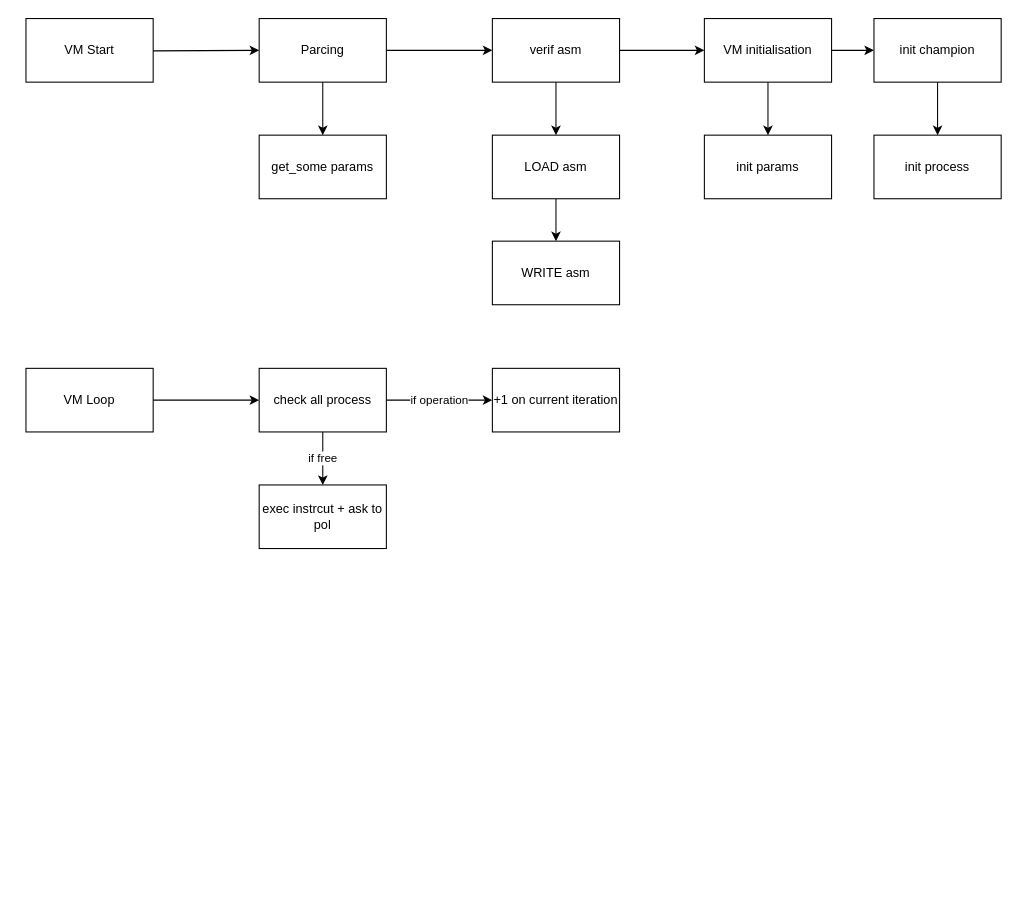
PierreMauger/Corewar keeps this draw.io diagram as archi/archi_vm.drawio. Above is the earlier version. Source tidied: cells renumbered, new cells numbered last; positions are measured from the earlier drawing's top-left corner, leaving out a move shared by most shapes. Both pictures are drawn from the tidied source at 106%, with x=0, y=0 at pixel (25, 18).
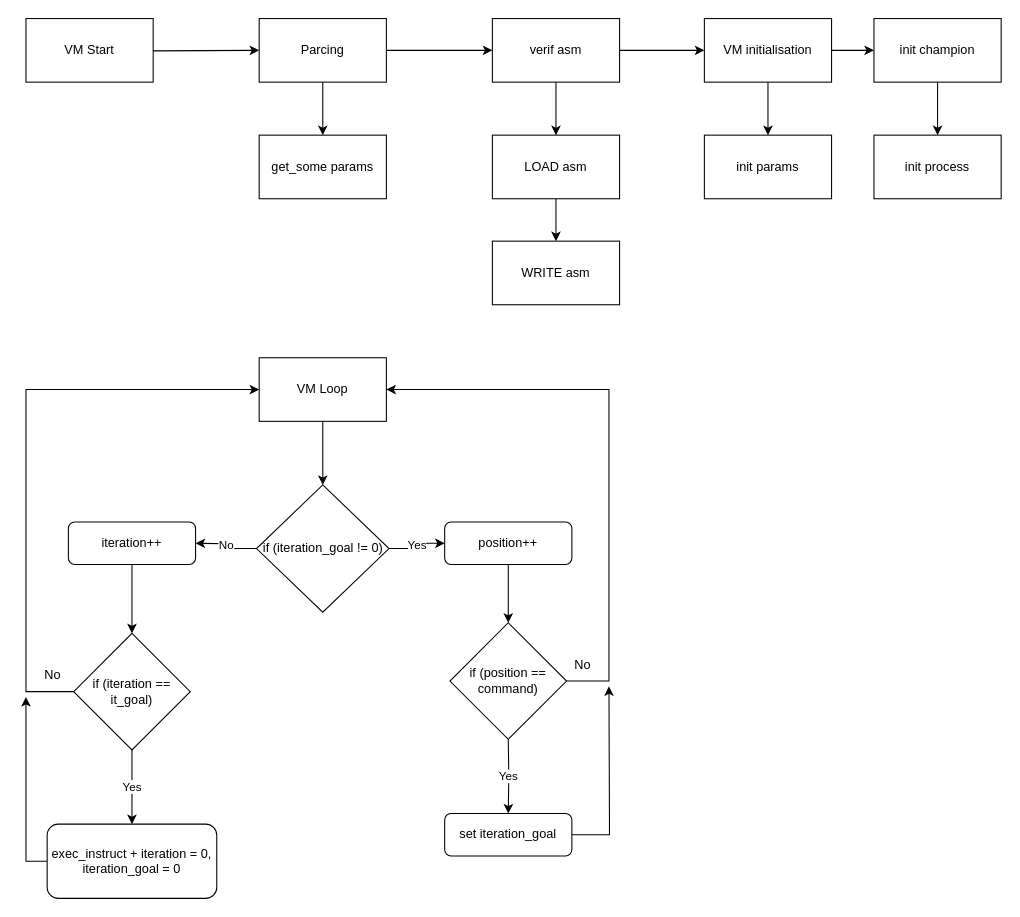
After the change.

Commit message (it also covers changes not shown here):
ADDED: update archi and check it

Change to the diagram source:
```diff
@@
-    <mxCell id="21" style="edgeStyle=orthogonalEdgeStyle;rounded=0;jettySize=auto;html=1;" parent="1" edge="1" source="22" target="25">
-      <mxGeometry relative="1" as="geometry" />
-    </mxCell>
+    <mxCell id="28" style="edgeStyle=orthogonalEdgeStyle;rounded=0;jettySize=auto;html=1;" parent="1" edge="1" source="22" target="31">
+      <mxGeometry relative="1" as="geometry" />
+    </mxCell>
     <mxCell id="22" value="&lt;div&gt;VM Loop&lt;/div&gt;" style="rounded=0;whiteSpace=wrap;html=1;" parent="1" vertex="1">
-      <mxGeometry y="330" width="120" height="60" as="geometry" />
+      <mxGeometry x="220" y="320" width="120" height="60" as="geometry" />
     </mxCell>
-    <mxCell id="23" value="if operation" style="edgeStyle=orthogonalEdgeStyle;rounded=0;jettySize=auto;html=1;entryX=0;entryY=0.5;entryDx=0;entryDy=0;" parent="1" edge="1" source="25" target="26">
-      <mxGeometry relative="1" as="geometry" />
-    </mxCell>
-    <mxCell id="24" value="if free" style="edgeStyle=orthogonalEdgeStyle;rounded=0;jettySize=auto;html=1;entryX=0.5;entryY=0;entryDx=0;entryDy=0;" parent="1" edge="1" source="25" target="27">
-      <mxGeometry relative="1" as="geometry" />
-    </mxCell>
-    <mxCell id="25" value="check all process" style="rounded=0;whiteSpace=wrap;html=1;" parent="1" vertex="1">
-      <mxGeometry x="220" y="330" width="120" height="60" as="geometry" />
-    </mxCell>
-    <mxCell id="26" value="+1 on current iteration" style="rounded=0;whiteSpace=wrap;html=1;" parent="1" vertex="1">
-      <mxGeometry x="440" y="330" width="120" height="60" as="geometry" />
-    </mxCell>
-    <mxCell id="27" value="exec instrcut + ask to pol" style="rounded=0;whiteSpace=wrap;html=1;" parent="1" vertex="1">
-      <mxGeometry x="220" y="440" width="120" height="60" as="geometry" />
-    </mxCell>
+    <mxCell id="29" value="Yes" style="edgeStyle=orthogonalEdgeStyle;rounded=0;jettySize=auto;html=1;" parent="1" edge="1" source="31" target="33">
+      <mxGeometry relative="1" as="geometry" />
+    </mxCell>
+    <mxCell id="30" value="No" style="edgeStyle=orthogonalEdgeStyle;rounded=0;jettySize=auto;html=1;" parent="1" edge="1" source="31">
+      <mxGeometry relative="1" as="geometry">
+        <mxPoint x="160" y="495" as="targetPoint" />
+      </mxGeometry>
+    </mxCell>
+    <mxCell id="31" value="if (iteration_goal != 0)" style="rhombus;whiteSpace=wrap;html=1;" parent="1" vertex="1">
+      <mxGeometry x="217.5" y="440" width="125" height="120" as="geometry" />
+    </mxCell>
+    <mxCell id="32" style="edgeStyle=orthogonalEdgeStyle;rounded=0;jettySize=auto;html=1;entryX=0.5;entryY=0;entryDx=0;entryDy=0;" parent="1" edge="1" source="33">
+      <mxGeometry relative="1" as="geometry">
+        <mxPoint x="455" y="570" as="targetPoint" />
+      </mxGeometry>
+    </mxCell>
+    <mxCell id="33" value="position++" style="rounded=1;whiteSpace=wrap;html=1;fontSize=12;glass=0;strokeWidth=1;shadow=0;" parent="1" vertex="1">
+      <mxGeometry x="395" y="475" width="120" height="40" as="geometry" />
+    </mxCell>
+    <mxCell id="34" style="edgeStyle=orthogonalEdgeStyle;rounded=0;jettySize=auto;html=1;entryX=0.5;entryY=0;entryDx=0;entryDy=0;" parent="1" edge="1" source="35" target="38">
+      <mxGeometry relative="1" as="geometry" />
+    </mxCell>
+    <mxCell id="35" value="iteration++" style="rounded=1;whiteSpace=wrap;html=1;fontSize=12;glass=0;strokeWidth=1;shadow=0;" parent="1" vertex="1">
+      <mxGeometry x="40" y="475" width="120" height="40" as="geometry" />
+    </mxCell>
+    <mxCell id="36" value="Yes" style="edgeStyle=orthogonalEdgeStyle;rounded=0;jettySize=auto;html=1;entryX=0.5;entryY=0;entryDx=0;entryDy=0;" parent="1" edge="1" source="38" target="40">
+      <mxGeometry relative="1" as="geometry" />
+    </mxCell>
+    <mxCell id="37" style="edgeStyle=orthogonalEdgeStyle;rounded=0;jettySize=auto;html=1;entryX=0;entryY=0.5;entryDx=0;entryDy=0;" parent="1" edge="1" source="38" target="22">
+      <mxGeometry relative="1" as="geometry">
+        <Array as="points">
+          <mxPoint y="635" />
+          <mxPoint y="350" />
+        </Array>
+      </mxGeometry>
+    </mxCell>
+    <mxCell id="38" value="if (iteration == it_goal)" style="rhombus;whiteSpace=wrap;html=1;" parent="1" vertex="1">
+      <mxGeometry x="45" y="580" width="110" height="110" as="geometry" />
+    </mxCell>
+    <mxCell id="39" style="edgeStyle=orthogonalEdgeStyle;rounded=0;jettySize=auto;html=1;" parent="1" edge="1" source="40">
+      <mxGeometry relative="1" as="geometry">
+        <mxPoint y="640" as="targetPoint" />
+      </mxGeometry>
+    </mxCell>
+    <mxCell id="40" value="exec_instruct + iteration = 0, iteration_goal = 0" style="rounded=1;whiteSpace=wrap;html=1;fontSize=12;glass=0;strokeWidth=1;shadow=0;" parent="1" vertex="1">
+      <mxGeometry x="20" y="760" width="160" height="70" as="geometry" />
+    </mxCell>
+    <mxCell id="41" value="No" style="text;html=1;align=center;verticalAlign=middle;" parent="1" vertex="1">
+      <mxGeometry x="10" y="610" width="30" height="20" as="geometry" />
+    </mxCell>
+    <mxCell id="42" style="edgeStyle=orthogonalEdgeStyle;rounded=0;jettySize=auto;html=1;entryX=1;entryY=0.5;entryDx=0;entryDy=0;" parent="1" edge="1" source="43" target="22">
+      <mxGeometry relative="1" as="geometry">
+        <Array as="points">
+          <mxPoint x="550" y="625" />
+          <mxPoint x="550" y="350" />
+        </Array>
+      </mxGeometry>
+    </mxCell>
+    <mxCell id="43" value="if (position == command)" style="rhombus;whiteSpace=wrap;html=1;" parent="1" vertex="1">
+      <mxGeometry x="400" y="570" width="110" height="110" as="geometry" />
+    </mxCell>
+    <mxCell id="44" value="No" style="text;html=1;align=center;verticalAlign=middle;" parent="1" vertex="1">
+      <mxGeometry x="510" y="600" width="30" height="20" as="geometry" />
+    </mxCell>
+    <mxCell id="45" value="Yes" style="edgeStyle=orthogonalEdgeStyle;rounded=0;jettySize=auto;html=1;entryX=0.5;entryY=0;entryDx=0;entryDy=0;" parent="1" edge="1" target="47">
+      <mxGeometry relative="1" as="geometry">
+        <mxPoint x="455" y="680" as="sourcePoint" />
+      </mxGeometry>
+    </mxCell>
+    <mxCell id="46" style="edgeStyle=orthogonalEdgeStyle;rounded=0;jettySize=auto;html=1;" parent="1" edge="1" source="47">
+      <mxGeometry relative="1" as="geometry">
+        <mxPoint x="550" y="630" as="targetPoint" />
+      </mxGeometry>
+    </mxCell>
+    <mxCell id="47" value="set iteration_goal" style="rounded=1;whiteSpace=wrap;html=1;fontSize=12;glass=0;strokeWidth=1;shadow=0;" parent="1" vertex="1">
+      <mxGeometry x="395" y="750" width="120" height="40" as="geometry" />
+    </mxCell>
```
